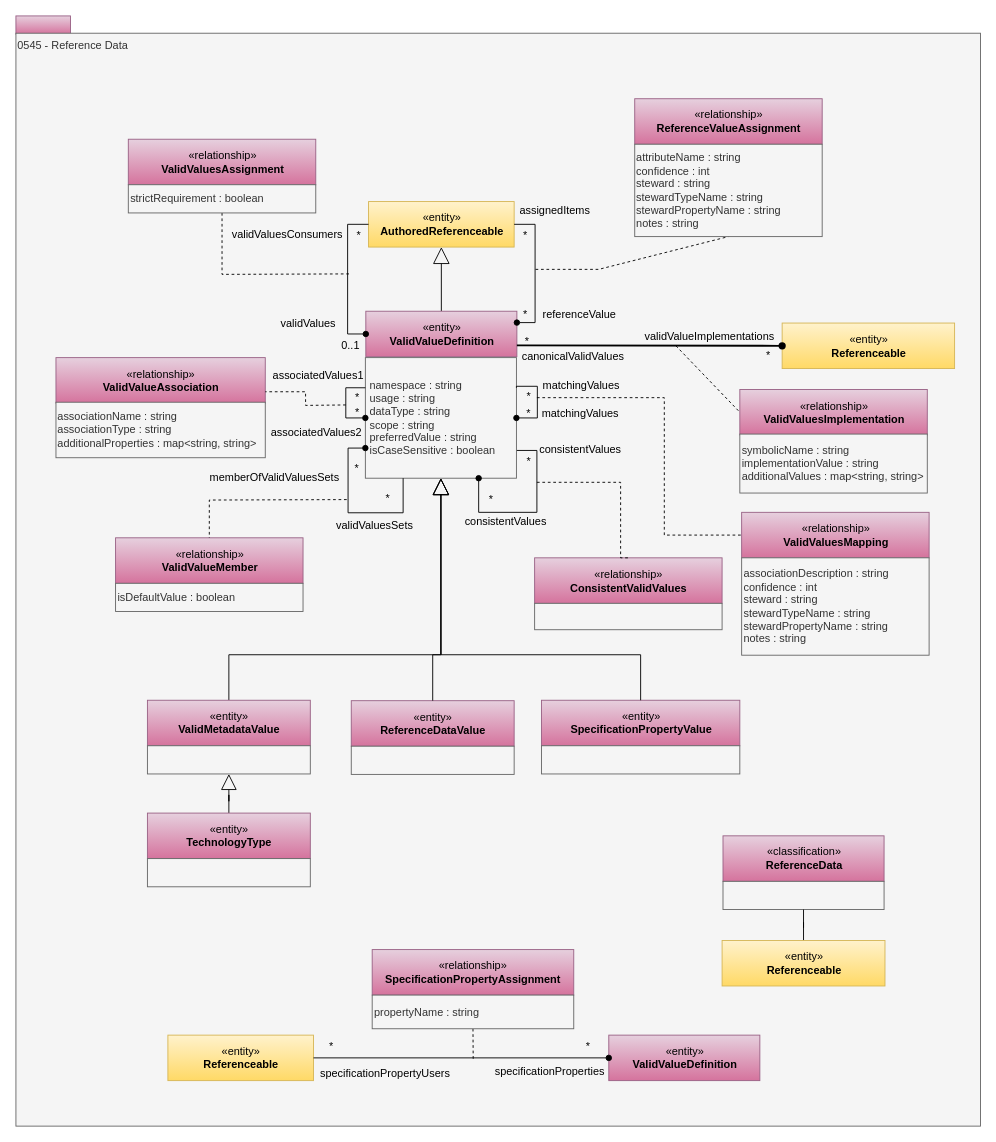
Before: page "0545-Reference-Data" (25 of 32) of site/docs/types/5/area-5-models-and-schema.drawio in odpi/egeria-docs, a draw.io diagram. Source tidied: cells renumbered, new cells numbered last; positions are measured from the earlier drawing's top-left corner, leaving out a move shared by most shapes. Both pictures are drawn from the tidied source at 91%, with x=0, y=0 at pixel (15, 15).
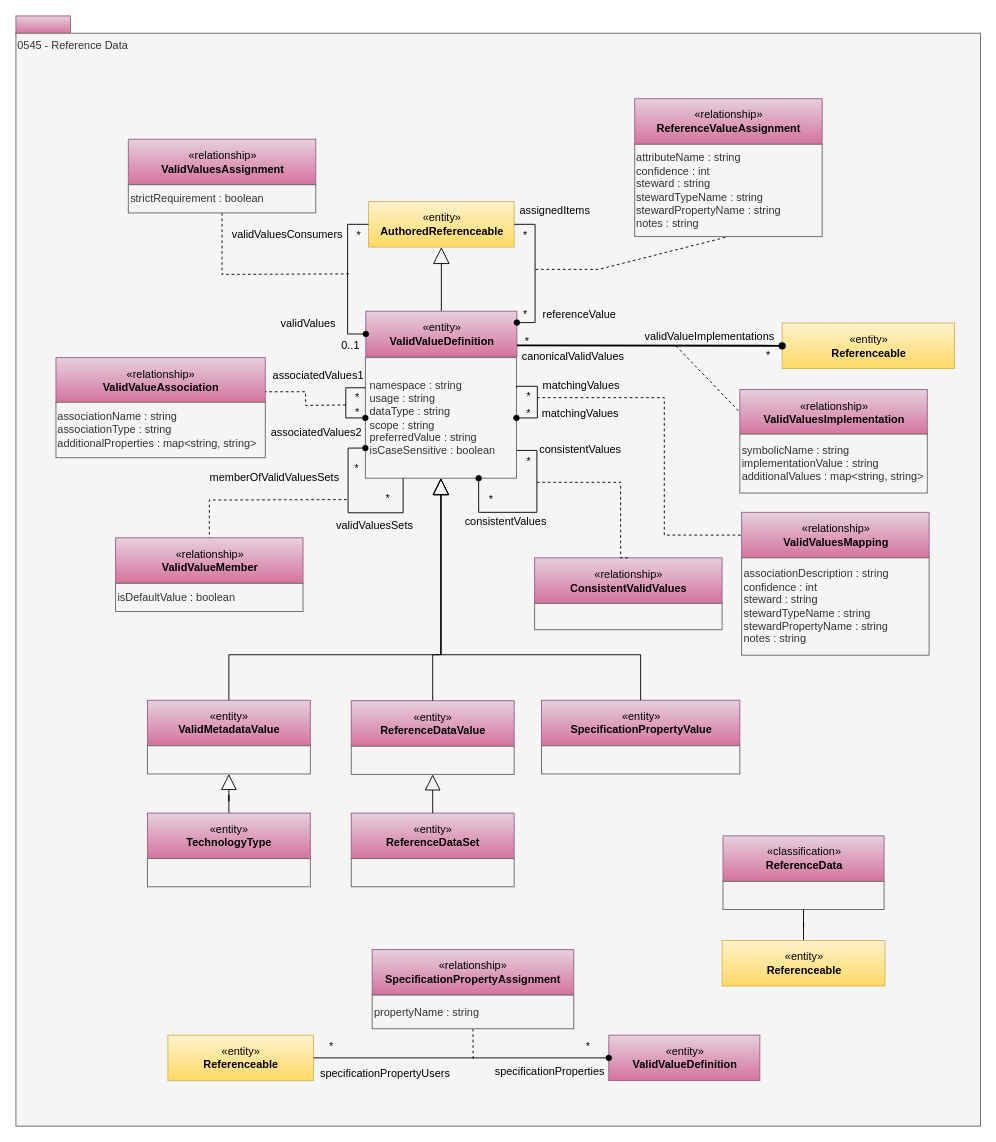
The same page after the edit.

The change refers to these unchanged cells:
```xml
<mxCell id="80" style="rounded=0;whiteSpace=wrap;html=1;strokeColor=#666666;align=left;fillColor=#f5f5f5;fontColor=#333333;" parent="1" vertex="1">
  <mxGeometry x="368.5" y="802.5" width="179" height="31" as="geometry" />
</mxCell>
```

What changed in the source:
```diff
@@
+    <mxCell id="91" value="«entity»&lt;br&gt;&lt;b&gt;ReferenceDataSet&lt;/b&gt;" style="html=1;strokeColor=#996185;align=center;fillColor=#e6d0de;gradientColor=#d5739d;" parent="1" vertex="1">
+      <mxGeometry x="368.5" y="876" width="179" height="50" as="geometry" />
+    </mxCell>
+    <mxCell id="92" style="rounded=0;whiteSpace=wrap;html=1;strokeColor=#666666;align=left;fillColor=#f5f5f5;fontColor=#333333;" parent="1" vertex="1">
+      <mxGeometry x="368.5" y="926" width="179" height="31" as="geometry" />
+    </mxCell>
+    <mxCell id="93" style="edgeStyle=orthogonalEdgeStyle;rounded=0;jettySize=auto;html=1;exitX=0.5;exitY=0;exitDx=0;exitDy=0;endArrow=block;endFill=0;endSize=15;entryX=0.5;entryY=1;entryDx=0;entryDy=0;" parent="1" edge="1" source="91" target="80">
+      <mxGeometry relative="1" as="geometry" />
+    </mxCell>
```
